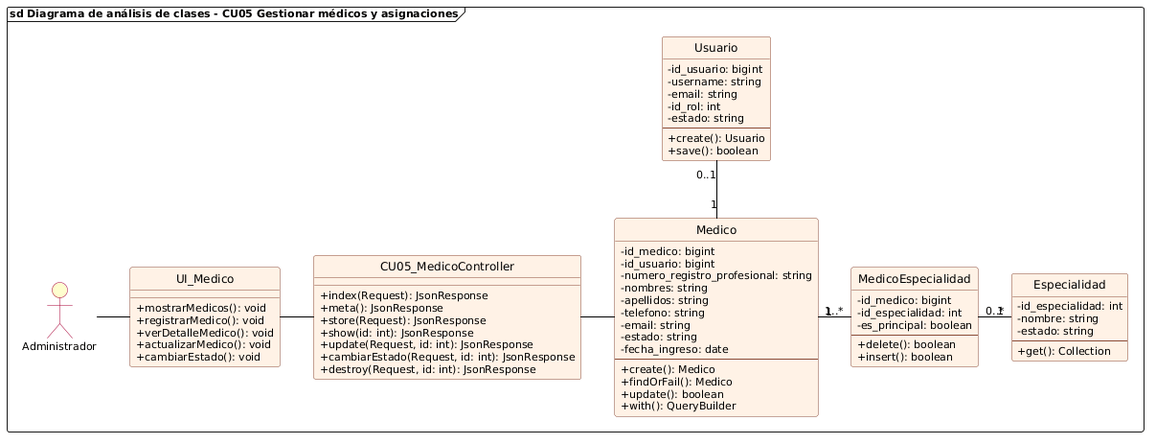
DiogoMars777/CITAS_MEDICAS keeps this PlantUML diagram as diagramas/cu05_analisis_gestionar_medicos.png. Above is the earlier version.
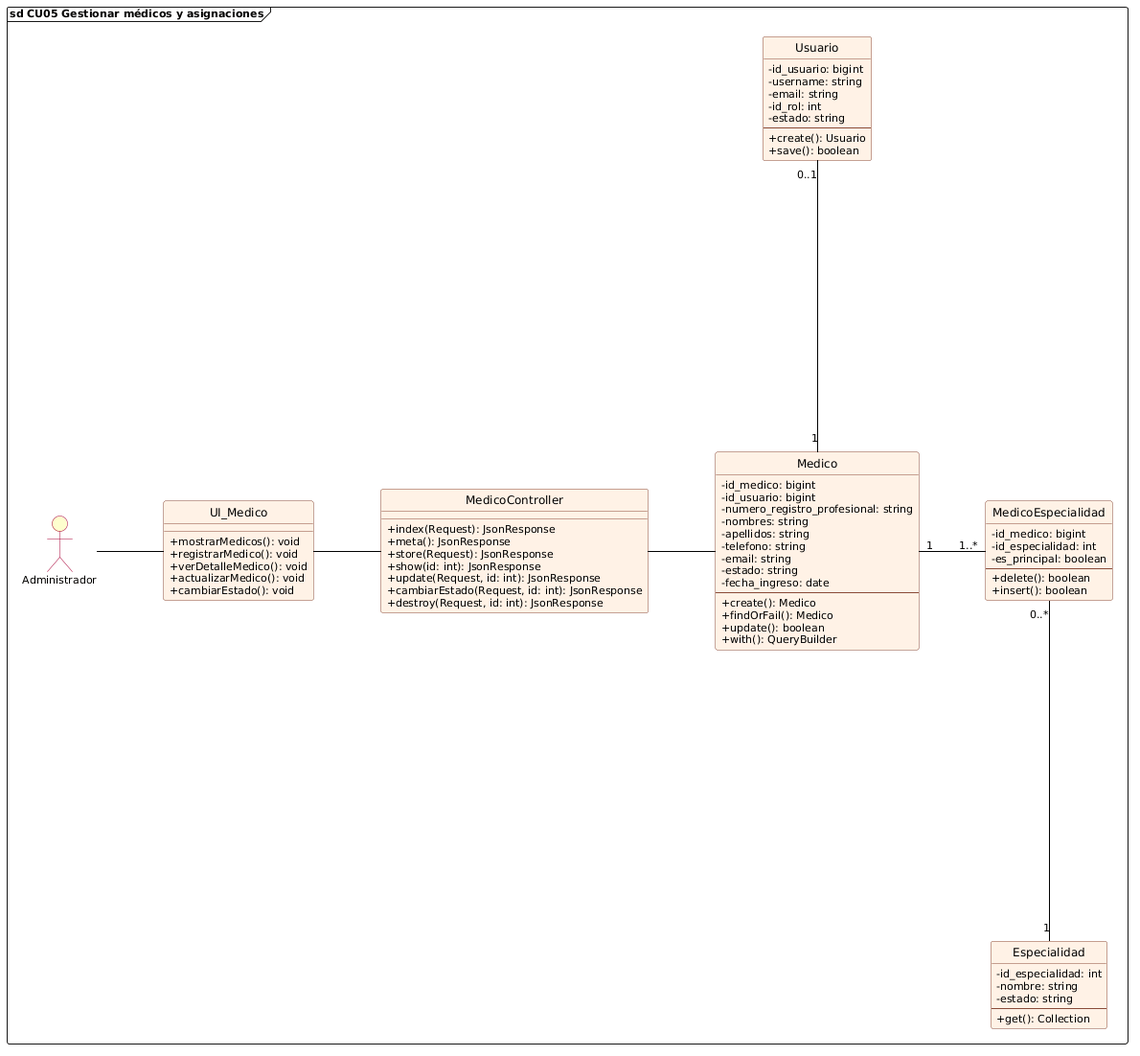
After the change.

Change to the diagram source:
```diff
@@ -1,6 +1,9 @@
 @startuml cu05_analisis_gestionar_medicos
 allowmixing
 
+skinparam linetype ortho
+skinparam nodesep 70
+skinparam ranksep 60
 skinparam backgroundColor white
 skinparam defaultFontName "Segoe UI"
 skinparam defaultFontSize 11
@@ -21,7 +24,7 @@
     BorderColor #A80036
 }
 
-frame "sd Diagrama de análisis de clases - CU05 Gestionar médicos y asignaciones" {
+frame "sd CU05 Gestionar médicos y asignaciones" {
     actor Administrador
 
     class UI_Medico {
@@ -32,7 +35,7 @@
         + cambiarEstado(): void
     }
 
-    class CU05_MedicoController {
+    class MedicoController {
         + index(Request): JsonResponse
         + meta(): JsonResponse
         + store(Request): JsonResponse
@@ -88,11 +91,11 @@
     }
 
     Administrador -right- UI_Medico
-    UI_Medico -right- CU05_MedicoController
-    CU05_MedicoController -right- Medico
+    UI_Medico -right- MedicoController
+    MedicoController -right- Medico
 
-    Medico "1" -up- "0..1" Usuario
-    Medico "1" -right- "1..*" MedicoEspecialidad
-    MedicoEspecialidad "0..*" -right- "1" Especialidad
+    Medico "1" ---up--- "0..1" Usuario
+    Medico "1" ---right--- "1..*" MedicoEspecialidad
+    MedicoEspecialidad "0..*" ---down--- "1" Especialidad
 }
 @enduml
```
